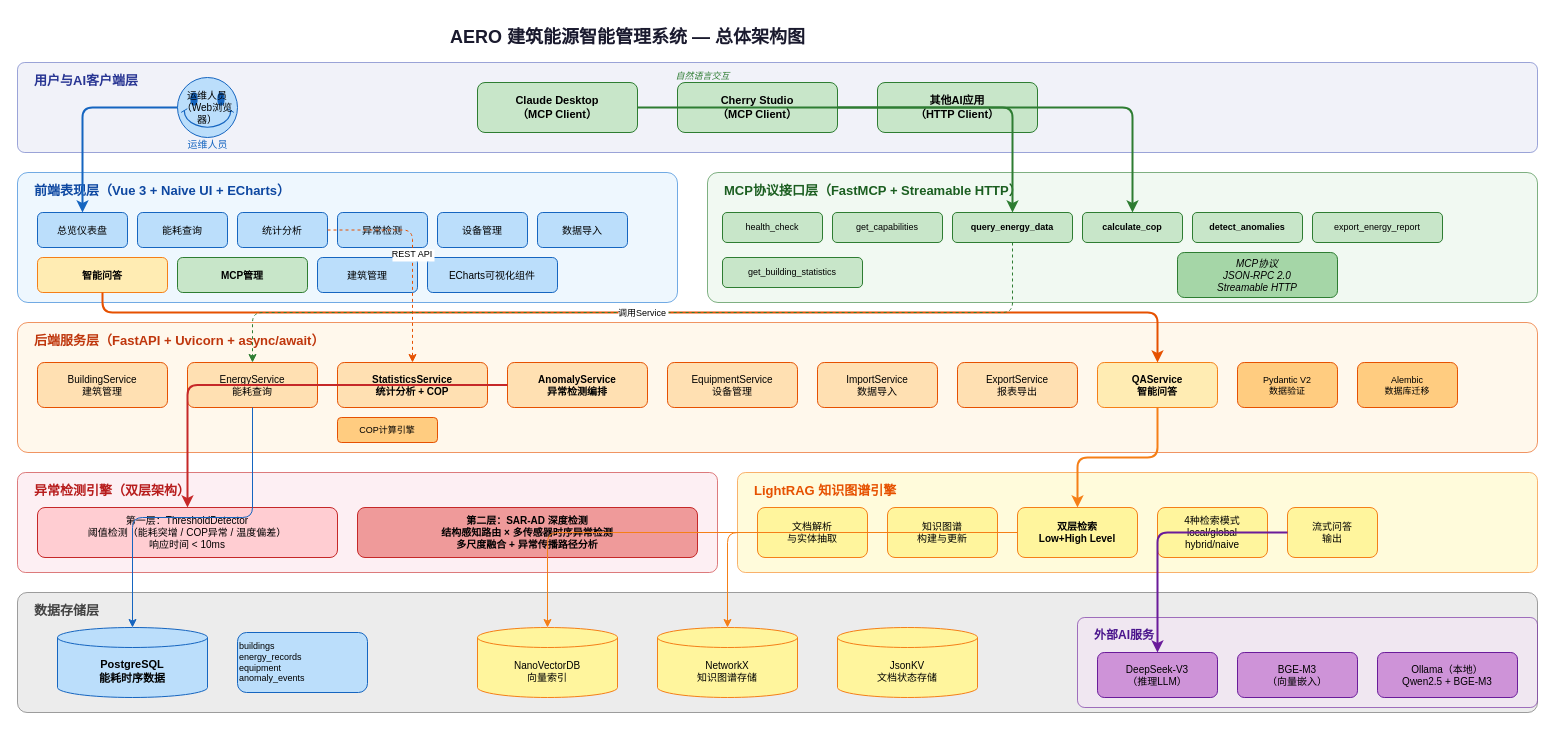
Above: docs/competition/diagrams/system-architecture-competition.drawio in Eazed-Yu/AERO (draw.io), before the change. Source tidied: cells renumbered, new cells numbered last; positions are measured from the earlier drawing's top-left corner, leaving out a move shared by most shapes. Both pictures are drawn from the tidied source at 100%, with x=0, y=0 at pixel (17, 17).
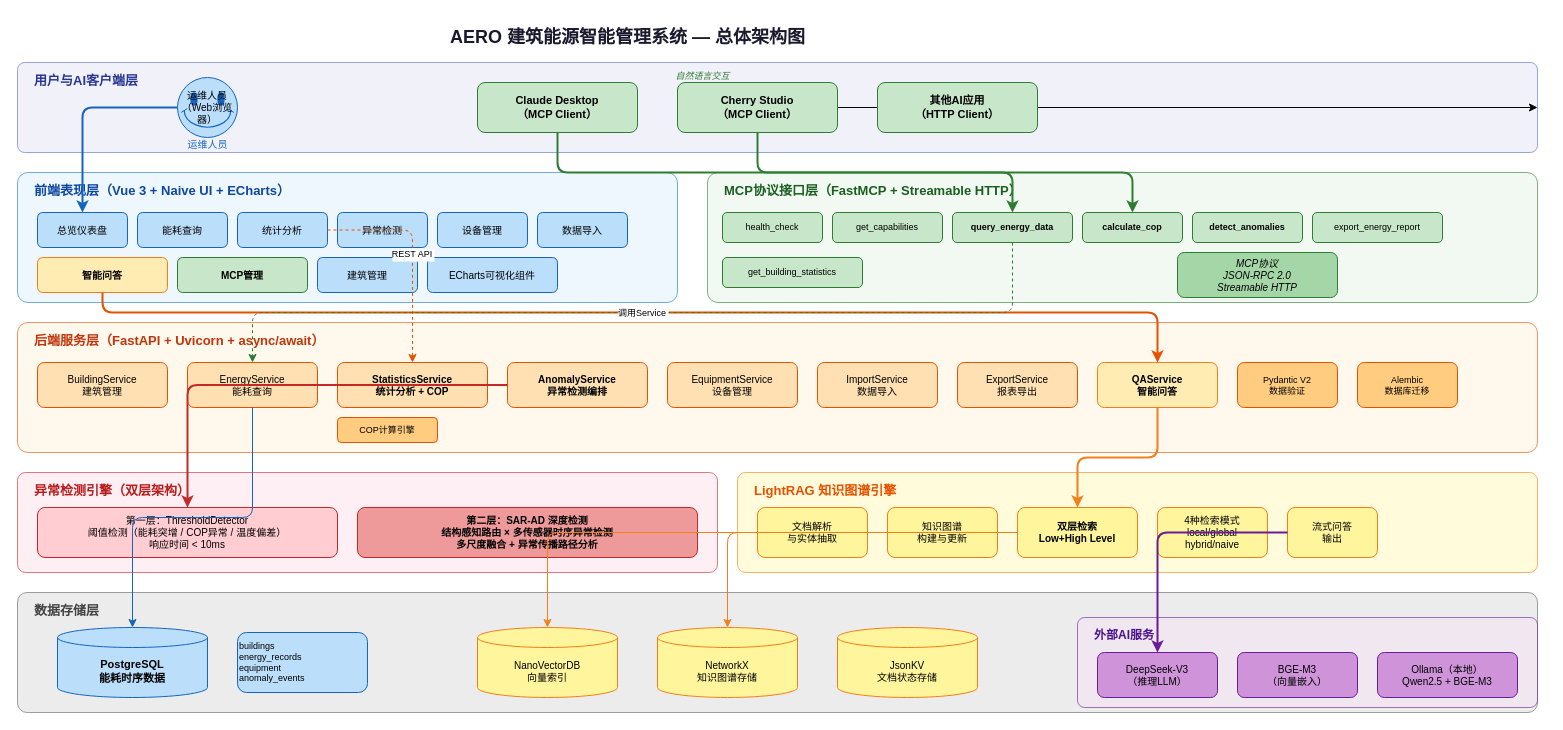
Above is the later version.

The change refers to these unchanged cells:
```xml
<mxCell id="3" style="rounded=1;whiteSpace=wrap;html=1;fillColor=#E8EAF6;strokeColor=#5C6BC0;dashed=0;arcSize=8;opacity=60;" parent="1" vertex="1">
  <mxGeometry y="45" width="1520" height="90" as="geometry" />
</mxCell>
<mxCell id="7" value="Claude Desktop&#10;（MCP Client）" style="rounded=1;whiteSpace=wrap;html=1;fillColor=#C8E6C9;strokeColor=#2E7D32;fontStyle=1;fontSize=11;" parent="1" vertex="1">
  <mxGeometry x="460" y="65" width="160" height="50" as="geometry" />
</mxCell>
<mxCell id="8" value="Cherry Studio&#10;（MCP Client）" style="rounded=1;whiteSpace=wrap;html=1;fillColor=#C8E6C9;strokeColor=#2E7D32;fontStyle=1;fontSize=11;" parent="1" vertex="1">
  <mxGeometry x="660" y="65" width="160" height="50" as="geometry" />
</mxCell>
<mxCell id="27" value="query_energy_data" style="rounded=1;whiteSpace=wrap;html=1;fillColor=#C8E6C9;strokeColor=#2E7D32;fontSize=9;fontStyle=1;" parent="1" vertex="1">
  <mxGeometry x="935" y="195" width="120" height="30" as="geometry" />
</mxCell>
<mxCell id="28" value="calculate_cop" style="rounded=1;whiteSpace=wrap;html=1;fillColor=#C8E6C9;strokeColor=#2E7D32;fontSize=9;fontStyle=1;" parent="1" vertex="1">
  <mxGeometry x="1065" y="195" width="100" height="30" as="geometry" />
</mxCell>
```

Diff of the diagram source:
```diff
@@
+    <mxCell id="81" style="edgeStyle=none;html=1;exitX=1;exitY=0.5;exitDx=0;exitDy=0;" parent="1" edge="1" source="8" target="3">
+      <mxGeometry relative="1" as="geometry" />
+    </mxCell>
@@
-    <mxCell id="70" style="edgeStyle=orthogonalEdgeStyle;rounded=1;strokeColor=#2E7D32;strokeWidth=2;" parent="1" edge="1" source="7" target="27">
+    <mxCell id="70" style="edgeStyle=orthogonalEdgeStyle;rounded=1;strokeColor=#2E7D32;strokeWidth=2;exitX=0.5;exitY=1;exitDx=0;exitDy=0;" parent="1" edge="1" source="7" target="27">
       <mxGeometry relative="1" as="geometry" />
     </mxCell>
-    <mxCell id="71" style="edgeStyle=orthogonalEdgeStyle;rounded=1;strokeColor=#2E7D32;strokeWidth=2;" parent="1" edge="1" source="8" target="28">
+    <mxCell id="71" style="edgeStyle=orthogonalEdgeStyle;rounded=1;strokeColor=#2E7D32;strokeWidth=2;exitX=0.5;exitY=1;exitDx=0;exitDy=0;" parent="1" edge="1" source="8" target="28">
       <mxGeometry relative="1" as="geometry" />
     </mxCell>
```
